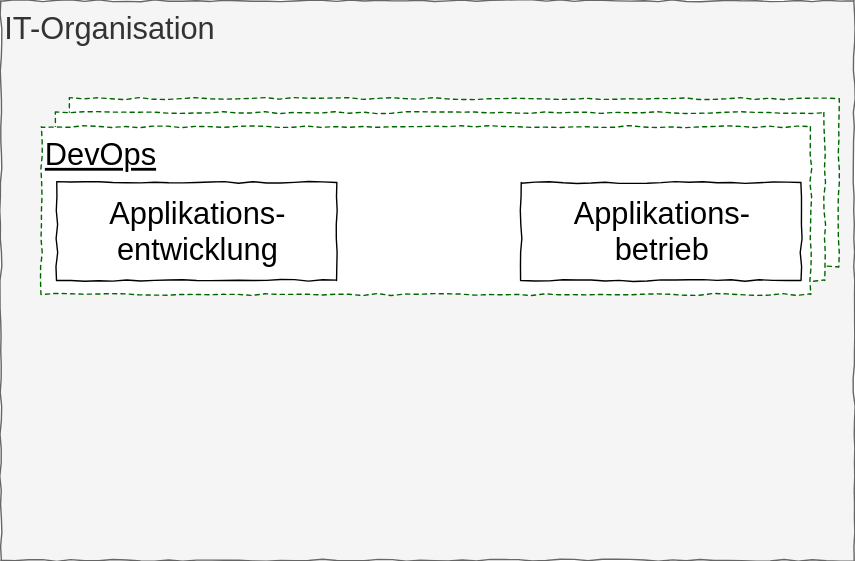
The draw.io diagram img/diagram_04.svg in iteratec/techcamp-devops-slides, before a commit. Source tidied: cells renumbered, new cells last; positions are measured from the earlier drawing's top-left corner, leaving out a move shared by most shapes.
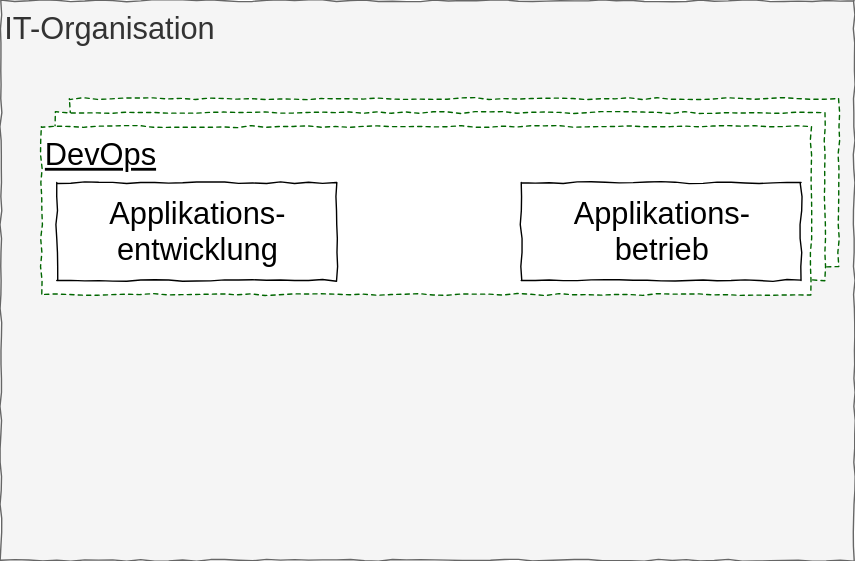
Later version of the same file.

The edit, as a diff of the source:
```diff
@@ -5,26 +5,20 @@
     <mxCell id="2" value="IT-Organisation" style="rounded=0;whiteSpace=wrap;html=1;comic=1;fontSize=22;align=left;verticalAlign=top;fillColor=#f5f5f5;strokeColor=#666666;fontColor=#333333;" parent="1" vertex="1">
       <mxGeometry width="610" height="400" as="geometry" />
     </mxCell>
-    <mxCell id="3" value="Dev" style="rounded=0;whiteSpace=wrap;html=1;comic=1;fontSize=22;align=left;verticalAlign=top;dashed=1;strokeColor=#006600;" parent="1" vertex="1">
+    <mxCell id="3" style="rounded=0;whiteSpace=wrap;html=1;comic=1;fontSize=22;align=left;verticalAlign=top;dashed=1;strokeColor=#006600;" parent="1" vertex="1">
       <mxGeometry x="49" y="70" width="550" height="120" as="geometry" />
     </mxCell>
-    <mxCell id="4" value="Dev" style="rounded=0;whiteSpace=wrap;html=1;comic=1;fontSize=22;align=left;verticalAlign=top;dashed=1;strokeColor=#006600;" parent="1" vertex="1">
+    <mxCell id="4" style="rounded=0;whiteSpace=wrap;html=1;comic=1;fontSize=22;align=left;verticalAlign=top;dashed=1;strokeColor=#006600;" parent="1" vertex="1">
       <mxGeometry x="39" y="80" width="550" height="120" as="geometry" />
     </mxCell>
-    <mxCell id="5" style="group;fontSize=22;" parent="1" vertex="1">
-      <mxGeometry x="294" y="59" width="33" height="321" as="geometry" />
+    <mxCell id="5" value="DevOps" style="rounded=0;whiteSpace=wrap;html=1;comic=1;fontSize=22;align=left;verticalAlign=top;dashed=1;fontStyle=4;strokeColor=#006600;" parent="1" vertex="1">
+      <mxGeometry x="29" y="90" width="550" height="120" as="geometry" />
     </mxCell>
-    <mxCell id="6" style="group;rotation=10;fontSize=22;" parent="5" vertex="1">
-      <mxGeometry width="33" height="321" as="geometry" />
+    <mxCell id="6" value="&lt;div&gt;Applikations-&lt;/div&gt;&lt;div&gt;entwicklung&lt;/div&gt;" style="rounded=0;whiteSpace=wrap;html=1;comic=1;fontSize=22;align=center;verticalAlign=middle;" parent="1" vertex="1">
+      <mxGeometry x="40" y="130" width="200" height="70" as="geometry" />
     </mxCell>
-    <mxCell id="7" value="DevOps" style="rounded=0;whiteSpace=wrap;html=1;comic=1;fontSize=22;align=left;verticalAlign=top;dashed=1;fontStyle=4;strokeColor=#006600;" parent="1" vertex="1">
-      <mxGeometry x="29" y="90" width="550" height="120" as="geometry" />
+    <mxCell id="7" value="&lt;div&gt;Applikations-&lt;/div&gt;&lt;div&gt;betrieb&lt;/div&gt;" style="rounded=0;whiteSpace=wrap;html=1;comic=1;fontSize=22;align=center;verticalAlign=middle;" parent="1" vertex="1">
+      <mxGeometry x="372" y="130" width="200" height="70" as="geometry" />
     </mxCell>
-    <mxCell id="8" value="&lt;div&gt;Applikations-&lt;/div&gt;&lt;div&gt;entwicklung&lt;/div&gt;" style="rounded=0;whiteSpace=wrap;html=1;comic=1;fontSize=22;align=center;verticalAlign=middle;" parent="1" vertex="1">
-      <mxGeometry x="40" y="130" width="200" height="70" as="geometry" />
-    </mxCell>
-    <mxCell id="9" value="&lt;div&gt;Applikations-&lt;/div&gt;&lt;div&gt;betrieb&lt;/div&gt;" style="rounded=0;whiteSpace=wrap;html=1;comic=1;fontSize=22;align=center;verticalAlign=middle;" parent="1" vertex="1">
-      <mxGeometry x="372" y="130" width="200" height="70" as="geometry" />
-    </mxCell>
   </root>
 </mxGraphModel>
```
